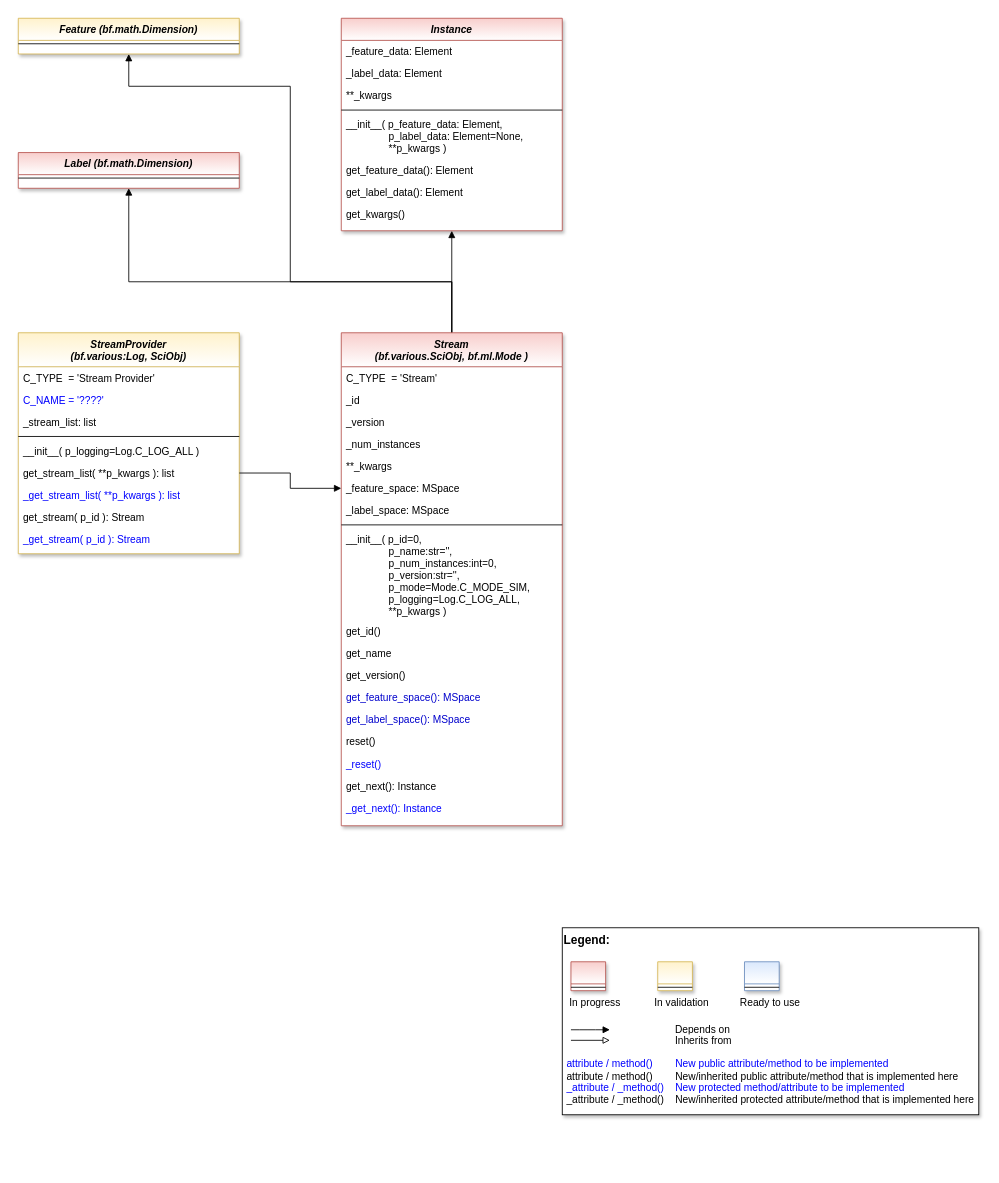
Before: doc/rtd/content/append2/core/images/oa/MLPro-OA-Streams_class_diagram.drawio in fhswf/MLPro, a draw.io diagram. Source tidied: cells renumbered, new cells numbered last; positions are measured from the earlier drawing's top-left corner, leaving out a move shared by most shapes. Both pictures are drawn from the tidied source at 85%, with x=0, y=0 at pixel (18, 18).
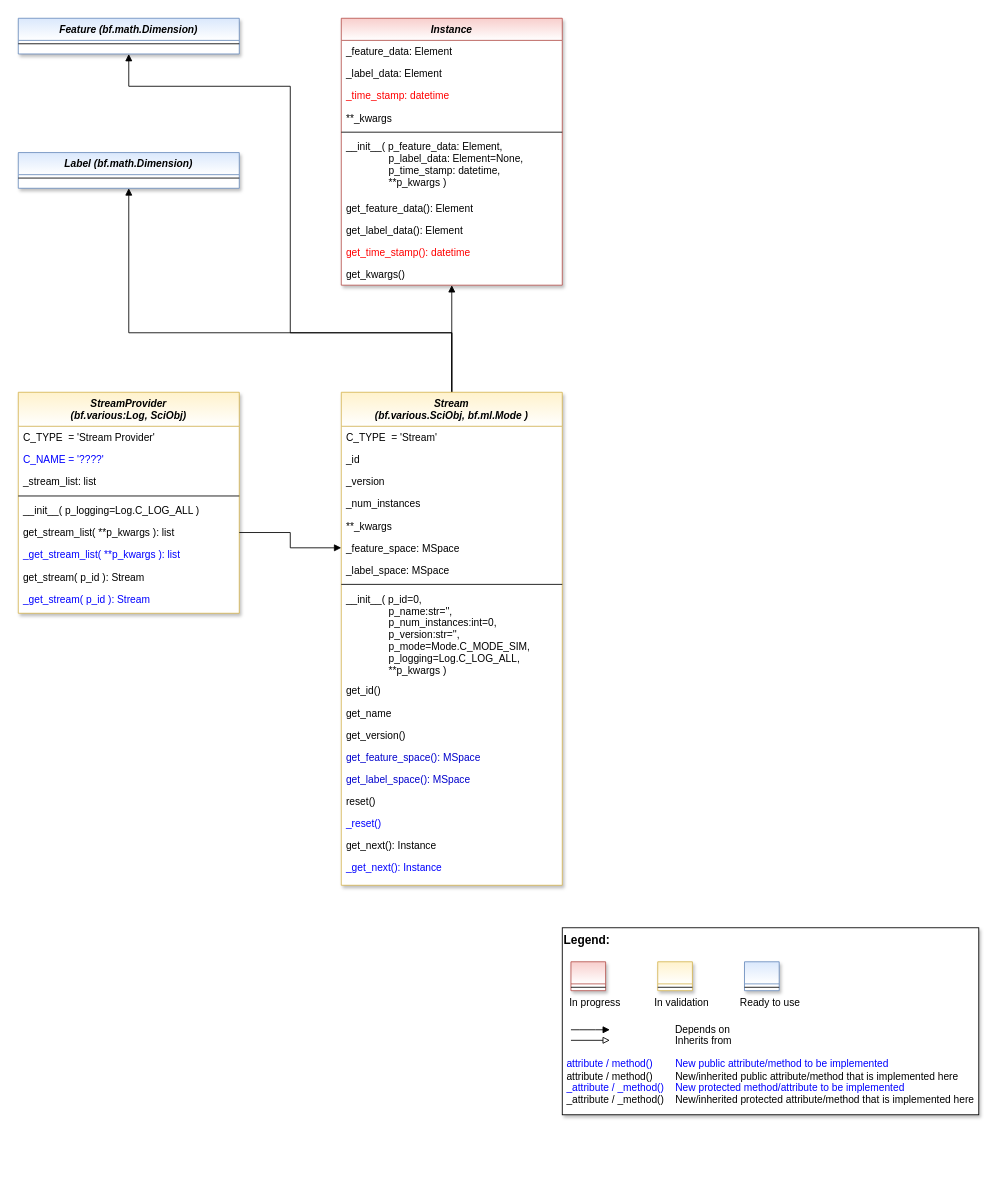
The same diagram, later.

Commit message (it also covers changes not shown here):
Updates of class design

Diff of the diagram source:
```diff
@@
     <mxCell id="13" style="edgeStyle=orthogonalEdgeStyle;rounded=0;jettySize=auto;html=1;endArrow=block;endFill=1;" parent="1" edge="1" source="15" target="56">
       <mxGeometry relative="1" as="geometry">
         <Array as="points">
-          <mxPoint x="510" y="310" />
-          <mxPoint x="130" y="310" />
+          <mxPoint x="510" y="370" />
+          <mxPoint x="130" y="370" />
         </Array>
       </mxGeometry>
     </mxCell>
     <mxCell id="14" style="edgeStyle=orthogonalEdgeStyle;rounded=0;jettySize=auto;html=1;endArrow=block;endFill=1;" parent="1" edge="1" source="15" target="34">
       <mxGeometry relative="1" as="geometry">
         <Array as="points">
-          <mxPoint x="510" y="310" />
-          <mxPoint x="320" y="310" />
+          <mxPoint x="510" y="370" />
+          <mxPoint x="320" y="370" />
           <mxPoint x="320" y="80" />
           <mxPoint x="130" y="80" />
         </Array>
       </mxGeometry>
     </mxCell>
-    <mxCell id="15" value="Stream &#10;(bf.various.SciObj, bf.ml.Mode )" style="swimlane;fontStyle=3;align=center;verticalAlign=top;horizontal=1;startSize=40;rounded=0;shadow=1;strokeWidth=1;fillColor=#f8cecc;strokeColor=#b85450;swimlaneFillColor=#ffffff;gradientColor=#ffffff;" parent="1" vertex="1">
-      <mxGeometry x="380" y="370" width="260" height="580" as="geometry" />
+    <mxCell id="15" value="Stream &#10;(bf.various.SciObj, bf.ml.Mode )" style="swimlane;fontStyle=3;align=center;verticalAlign=top;horizontal=1;startSize=40;rounded=0;shadow=1;strokeWidth=1;fillColor=#fff2cc;strokeColor=#d6b656;swimlaneFillColor=#ffffff;gradientColor=#ffffff;" parent="1" vertex="1">
+      <mxGeometry x="380" y="440" width="260" height="580" as="geometry" />
     </mxCell>
@@
-    <mxCell id="34" value="Feature (bf.math.Dimension)" style="swimlane;fontStyle=3;align=center;verticalAlign=top;horizontal=1;startSize=26;rounded=0;shadow=1;strokeWidth=1;fillColor=#fff2cc;strokeColor=#d6b656;swimlaneFillColor=#ffffff;gradientColor=#ffffff;" parent="1" vertex="1">
+    <mxCell id="34" value="Feature (bf.math.Dimension)" style="swimlane;fontStyle=3;align=center;verticalAlign=top;horizontal=1;startSize=26;rounded=0;shadow=1;strokeWidth=1;fillColor=#dae8fc;strokeColor=#6c8ebf;swimlaneFillColor=#ffffff;gradientColor=#ffffff;" parent="1" vertex="1">
       <mxGeometry width="260" height="42" as="geometry" />
     </mxCell>
@@
     <mxCell id="36" value="Instance" style="swimlane;fontStyle=3;align=center;verticalAlign=top;horizontal=1;startSize=26;rounded=0;shadow=1;strokeWidth=1;fillColor=#f8cecc;strokeColor=#b85450;swimlaneFillColor=#ffffff;gradientColor=#ffffff;" parent="1" vertex="1">
-      <mxGeometry x="380" width="260" height="250" as="geometry" />
+      <mxGeometry x="380" width="260" height="314" as="geometry" />
     </mxCell>
@@
+    <mxCell id="58" value="_time_stamp: datetime" style="text;align=left;verticalAlign=top;spacingLeft=4;spacingRight=4;overflow=hidden;fontColor=#FF0000;" parent="36" vertex="1">
+      <mxGeometry y="78" width="260" height="26" as="geometry" />
+    </mxCell>
     <mxCell id="39" value="**_kwargs" style="text;align=left;verticalAlign=top;spacingLeft=4;spacingRight=4;overflow=hidden;" parent="36" vertex="1">
-      <mxGeometry y="78" width="260" height="26" as="geometry" />
+      <mxGeometry y="104" width="260" height="26" as="geometry" />
     </mxCell>
     <mxCell id="40" style="line;html=1;strokeWidth=1;align=left;verticalAlign=middle;spacingTop=-1;spacingLeft=3;spacingRight=3;labelPosition=right;" parent="36" vertex="1">
-      <mxGeometry y="104" width="260" height="8" as="geometry" />
+      <mxGeometry y="130" width="260" height="8" as="geometry" />
     </mxCell>
-    <mxCell id="41" value="__init__( p_feature_data: Element,&#10;               p_label_data: Element=None,&#10;               **p_kwargs )" style="text;align=left;verticalAlign=top;spacingLeft=4;spacingRight=4;overflow=hidden;" parent="36" vertex="1">
-      <mxGeometry y="112" width="260" height="54" as="geometry" />
+    <mxCell id="41" value="__init__( p_feature_data: Element,&#10;               p_label_data: Element=None,&#10;               p_time_stamp: datetime,&#10;               **p_kwargs )" style="text;align=left;verticalAlign=top;spacingLeft=4;spacingRight=4;overflow=hidden;" parent="36" vertex="1">
+      <mxGeometry y="138" width="260" height="72" as="geometry" />
     </mxCell>
     <mxCell id="42" value="get_feature_data(): Element" style="text;align=left;verticalAlign=top;spacingLeft=4;spacingRight=4;overflow=hidden;" parent="36" vertex="1">
-      <mxGeometry y="166" width="260" height="26" as="geometry" />
+      <mxGeometry y="210" width="260" height="26" as="geometry" />
     </mxCell>
     <mxCell id="43" value="get_label_data(): Element" style="text;align=left;verticalAlign=top;spacingLeft=4;spacingRight=4;overflow=hidden;" parent="36" vertex="1">
-      <mxGeometry y="192" width="260" height="26" as="geometry" />
+      <mxGeometry y="236" width="260" height="26" as="geometry" />
     </mxCell>
+    <mxCell id="59" value="get_time_stamp(): datetime" style="text;align=left;verticalAlign=top;spacingLeft=4;spacingRight=4;overflow=hidden;fontColor=#FF0000;" parent="36" vertex="1">
+      <mxGeometry y="262" width="260" height="26" as="geometry" />
+    </mxCell>
     <mxCell id="44" value="get_kwargs()" style="text;align=left;verticalAlign=top;spacingLeft=4;spacingRight=4;overflow=hidden;" parent="36" vertex="1">
-      <mxGeometry y="218" width="260" height="26" as="geometry" />
+      <mxGeometry y="288" width="260" height="26" as="geometry" />
     </mxCell>
     <mxCell id="45" value="StreamProvider &#10;(bf.various:Log, SciObj)" style="swimlane;fontStyle=3;align=center;verticalAlign=top;horizontal=1;startSize=40;rounded=0;shadow=1;strokeWidth=1;fillColor=#fff2cc;strokeColor=#d6b656;swimlaneFillColor=#ffffff;gradientColor=#ffffff;" parent="1" vertex="1">
-      <mxGeometry y="370" width="260" height="260" as="geometry" />
+      <mxGeometry y="440" width="260" height="260" as="geometry" />
     </mxCell>
@@
-    <mxCell id="56" value="Label (bf.math.Dimension)" style="swimlane;fontStyle=3;align=center;verticalAlign=top;horizontal=1;startSize=26;rounded=0;shadow=1;strokeWidth=1;fillColor=#f8cecc;strokeColor=#b85450;swimlaneFillColor=#ffffff;gradientColor=#ffffff;" parent="1" vertex="1">
+    <mxCell id="56" value="Label (bf.math.Dimension)" style="swimlane;fontStyle=3;align=center;verticalAlign=top;horizontal=1;startSize=26;rounded=0;shadow=1;strokeWidth=1;fillColor=#dae8fc;strokeColor=#6c8ebf;swimlaneFillColor=#ffffff;gradientColor=#ffffff;" parent="1" vertex="1">
       <mxGeometry y="158" width="260" height="42" as="geometry" />
     </mxCell>
```
